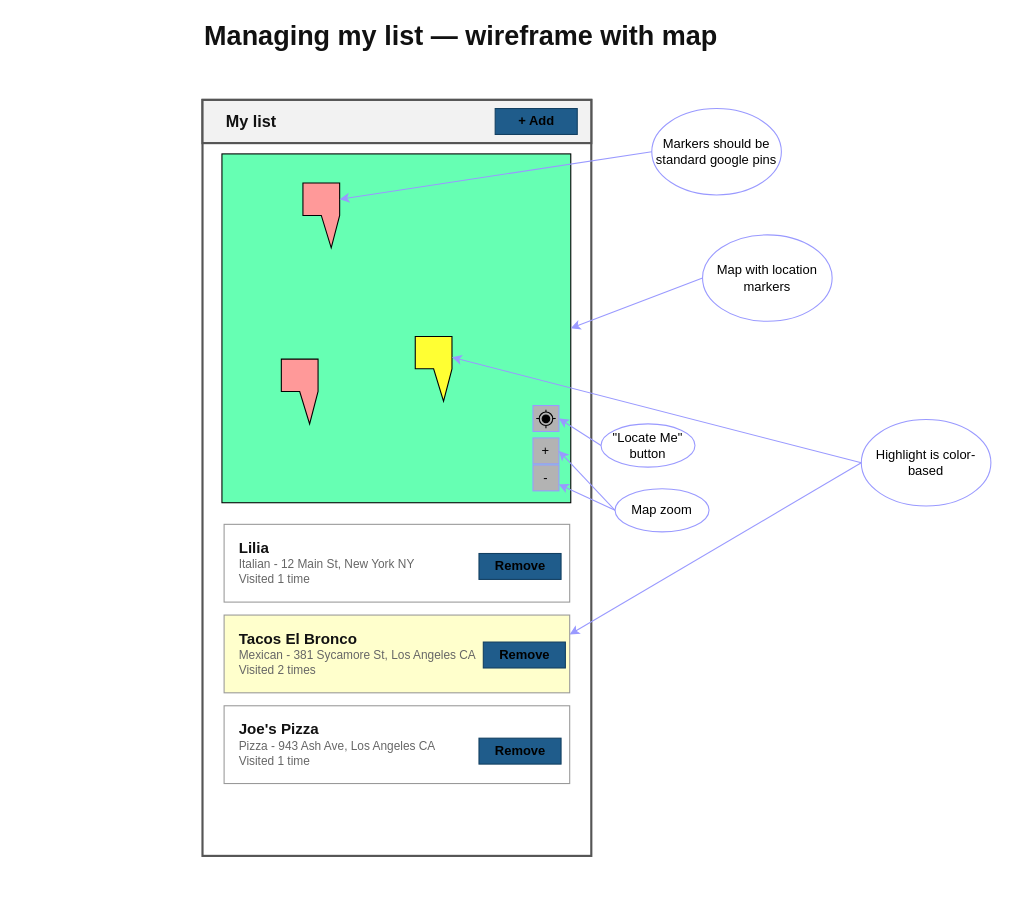
Above: docs/features/0004_seeing-my-list-on-a-map/seeing-my-list-on-a-map.drawio in arches/shortlist (draw.io), before the change. Source tidied: cells renumbered, new cells numbered last; positions are measured from the earlier drawing's top-left corner, leaving out a move shared by most shapes. Both pictures are drawn from the tidied source at 108%, with x=0, y=0 at pixel (202, 24).
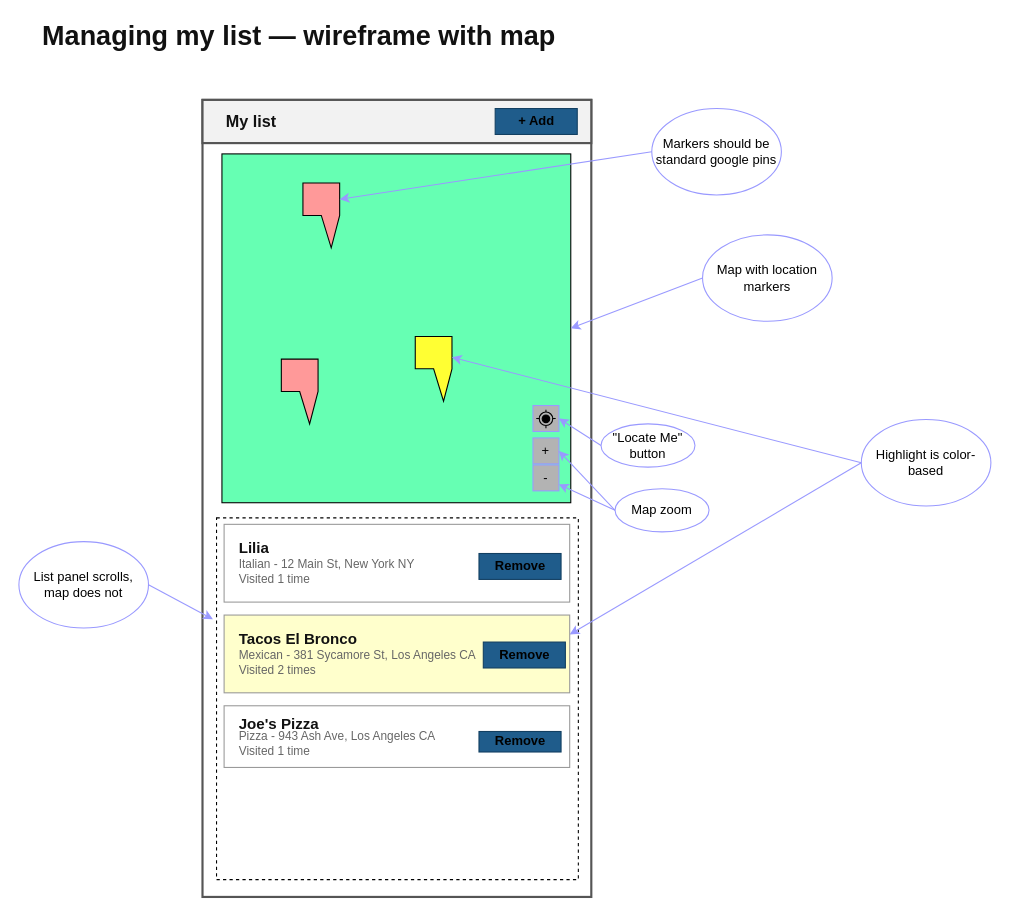
The same diagram, later.

Commit message (it also covers changes not shown here):
No restaurants behind the map

Diff of the diagram source:
```diff
@@
     <mxCell id="2" style="rounded=0;html=1;fillColor=#ffffff;strokeColor=#555555;strokeWidth=2;dashed=0;" parent="1" vertex="1">
-      <mxGeometry y="70" width="360" height="700" as="geometry" />
+      <mxGeometry y="70" width="360" height="738" as="geometry" />
     </mxCell>
@@
     <mxCell id="5" value="Managing my list — wireframe with map" style="text;html=1;strokeColor=none;fillColor=none;align=left;verticalAlign=middle;fontSize=25;fontColor=#111111;fontStyle=1;" parent="1" vertex="1">
-      <mxGeometry width="180" height="20" as="geometry" />
+      <mxGeometry x="-150" width="180" height="20" as="geometry" />
     </mxCell>
@@
     <mxCell id="7" style="group;" parent="1" vertex="1">
-      <mxGeometry x="20" y="631" width="320" height="72" as="geometry" />
+      <mxGeometry x="20" y="631" width="329" height="161" as="geometry" />
     </mxCell>
     <mxCell id="8" style="rounded=0;html=1;fillColor=#ffffff;strokeColor=#999999;strokeWidth=1;dashed=0;" parent="7" vertex="1">
-      <mxGeometry width="320" height="72" as="geometry" />
+      <mxGeometry width="320" height="57.1" as="geometry" />
     </mxCell>
     <mxCell id="9" value="Joe's Pizza" style="text;html=1;strokeColor=none;fillColor=none;align=left;verticalAlign=middle;fontSize=14;fontColor=#111111;fontStyle=1;" parent="7" vertex="1">
-      <mxGeometry x="12" y="12" width="180" height="20" as="geometry" />
+      <mxGeometry x="12" y="9.5" width="180" height="15.8" as="geometry" />
     </mxCell>
     <mxCell id="10" value="Pizza - 943 Ash Ave, Los Angeles CA&lt;br&gt;Visited 1 time" style="text;html=1;strokeColor=none;fillColor=none;align=left;verticalAlign=middle;fontSize=11;fontColor=#666666;" parent="7" vertex="1">
-      <mxGeometry x="12" y="34" width="180" height="20" as="geometry" />
+      <mxGeometry x="12" y="26.9" width="180" height="15.8" as="geometry" />
     </mxCell>
     <mxCell id="11" value="&lt;b&gt;Remove&lt;/b&gt;" style="rounded=0;html=1;fillColor=#1f5c8b;strokeColor=#123f61;strokeWidth=1;dashed=0;" parent="7" vertex="1">
-      <mxGeometry x="236" y="30" width="76" height="24" as="geometry" />
+      <mxGeometry x="236" y="23.8" width="76" height="19" as="geometry" />
     </mxCell>
+    <mxCell id="47" style="whiteSpace=wrap;html=1;shadow=0;strokeColor=#000000;fontColor=#000000;fillColor=none;dashed=1;" parent="7" vertex="1">
+      <mxGeometry x="-7" y="-174" width="335" height="335" as="geometry" />
+    </mxCell>
@@
+    <mxCell id="48" style="edgeStyle=none;html=1;exitX=1;exitY=0.5;exitDx=0;exitDy=0;entryX=-0.01;entryY=0.28;entryDx=0;entryDy=0;entryPerimeter=0;strokeColor=#9999FF;fontColor=#000000;" parent="1" edge="1" source="49" target="47">
+      <mxGeometry relative="1" as="geometry" />
+    </mxCell>
+    <mxCell id="49" value="List panel scrolls,&lt;br&gt;map does not" style="ellipse;whiteSpace=wrap;html=1;fontColor=#000000;fillColor=none;strokeColor=#9999FF;" parent="1" vertex="1">
+      <mxGeometry x="-170" y="479" width="120" height="80" as="geometry" />
+    </mxCell>
```
